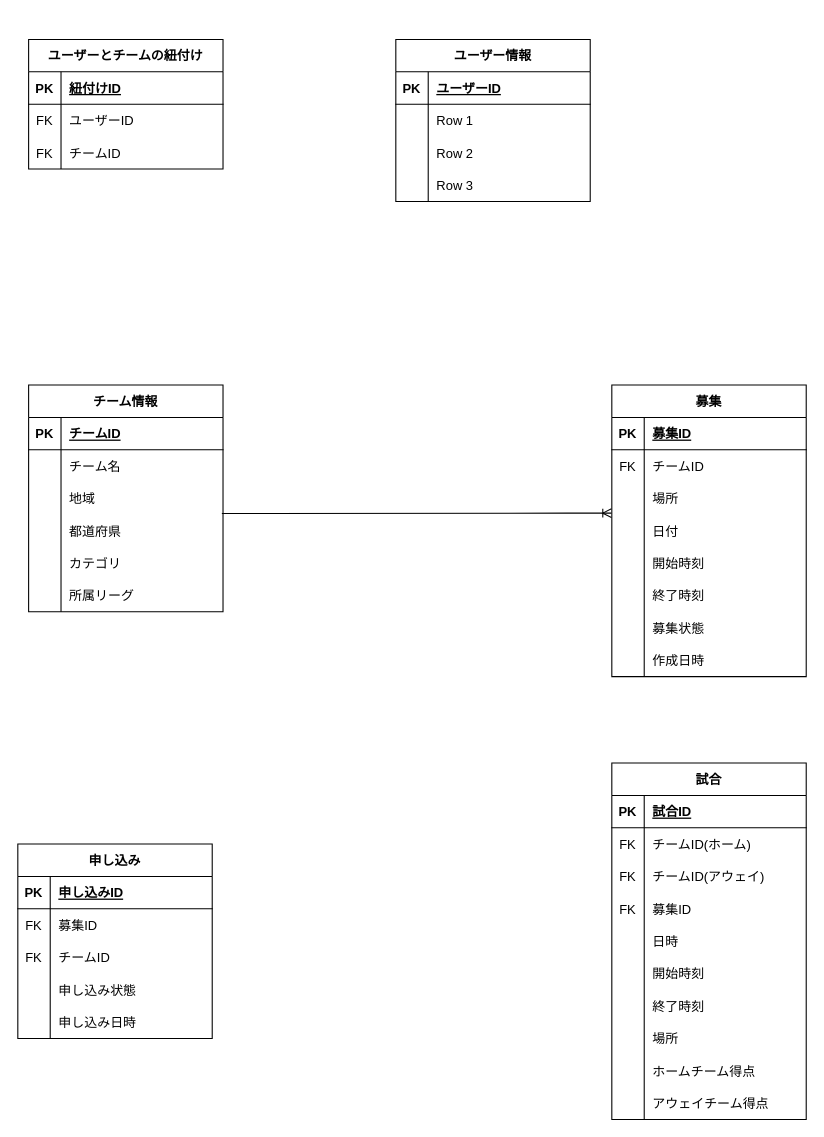
Before: docs/ERD.dio in NagaoTadashi/football-matching-app, a draw.io diagram. Source tidied: cells renumbered, new cells numbered last; positions are measured from the earlier drawing's top-left corner, leaving out a move shared by most shapes. Both pictures are drawn from the tidied source at 108%, with x=0, y=0 at pixel (17, 39).
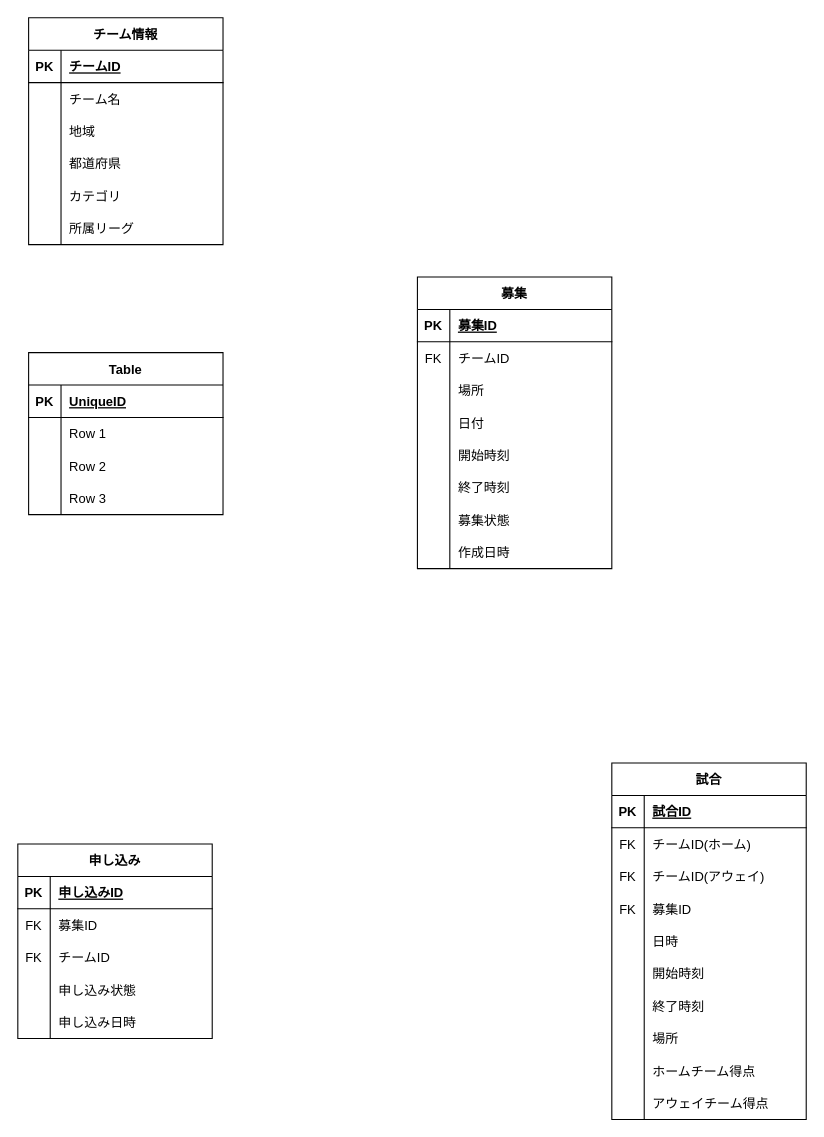
After the change.

Commit message:
内容を更新しました

The change refers to these unchanged cells:
```xml
<mxCell id="12" style="shape=tableRow;horizontal=0;startSize=0;swimlaneHead=0;swimlaneBody=0;fillColor=none;points=[[0,0.5],[1,0.5]];portConstraint=eastwest;top=0;left=0;right=0;bottom=0;" parent="2" vertex="1">
  <mxGeometry y="120" width="180" height="30" as="geometry" />
</mxCell>
<mxCell id="28" style="shape=tableRow;horizontal=0;startSize=0;swimlaneHead=0;swimlaneBody=0;fillColor=none;points=[[0,0.5],[1,0.5]];portConstraint=eastwest;top=0;left=0;right=0;bottom=0;" parent="21" vertex="1">
  <mxGeometry y="90" width="180" height="30" as="geometry" />
</mxCell>
```

Diff of the diagram source:
```diff
@@
     <mxCell id="2" value="チーム情報" style="shape=table;startSize=30;childLayout=tableLayout;rowLines=0;fontStyle=1;align=center;" parent="1" vertex="1">
-      <mxGeometry x="10" y="320" width="180" height="210" as="geometry" />
+      <mxGeometry x="10" y="-20" width="180" height="210" as="geometry" />
     </mxCell>
@@
     <mxCell id="21" value="募集" style="shape=table;startSize=30;childLayout=tableLayout;rowLines=0;fontStyle=1;align=center;" parent="1" vertex="1">
-      <mxGeometry x="550" y="320" width="180" height="270" as="geometry" />
+      <mxGeometry x="370" y="220" width="180" height="270" as="geometry" />
     </mxCell>
@@
-    <mxCell id="93" style="edgeStyle=entityRelationEdgeStyle;fontSize=12;html=1;endArrow=ERoneToMany;entryX=-0.002;entryY=0.954;entryDx=0;entryDy=0;entryPerimeter=0;exitX=0.994;exitY=-0.033;exitDx=0;exitDy=0;exitPerimeter=0;" parent="1" edge="1" source="12" target="28">
-      <mxGeometry relative="1" as="geometry" />
-    </mxCell>
-    <mxCell id="94" value="ユーザー情報" style="shape=table;startSize=30;childLayout=tableLayout;rowLines=0;fontStyle=1;align=center;" parent="1" vertex="1">
-      <mxGeometry x="350" width="180" height="150" as="geometry" />
-    </mxCell>
-    <mxCell id="95" style="shape=tableRow;horizontal=0;startSize=0;swimlaneHead=0;swimlaneBody=0;fillColor=none;top=0;left=0;right=0;bottom=1;" parent="94" vertex="1">
-      <mxGeometry y="30" width="180" height="30" as="geometry" />
-    </mxCell>
-    <mxCell id="96" value="PK" style="shape=partialRectangle;fillColor=none;top=0;left=0;bottom=0;right=0;fontStyle=1;overflow=hidden;" parent="95" vertex="1">
-      <mxGeometry width="30" height="30" as="geometry" />
-    </mxCell>
-    <mxCell id="97" value="ユーザーID" style="shape=partialRectangle;fillColor=none;top=0;left=0;bottom=0;right=0;align=left;spacingLeft=6;fontStyle=5;overflow=hidden;" parent="95" vertex="1">
-      <mxGeometry x="30" width="150" height="30" as="geometry" />
-    </mxCell>
-    <mxCell id="98" style="shape=tableRow;horizontal=0;startSize=0;swimlaneHead=0;swimlaneBody=0;fillColor=none;top=0;left=0;right=0;bottom=0;" parent="94" vertex="1">
-      <mxGeometry y="60" width="180" height="30" as="geometry" />
-    </mxCell>
-    <mxCell id="99" style="shape=partialRectangle;fillColor=none;top=0;left=0;bottom=0;right=0;overflow=hidden;" parent="98" vertex="1">
-      <mxGeometry width="30" height="30" as="geometry" />
-    </mxCell>
+    <mxCell id="116" value="Table" style="shape=table;startSize=30;childLayout=tableLayout;rowLines=0;fontStyle=1;align=center;" parent="1" vertex="1">
+      <mxGeometry x="10" y="290" width="180" height="150" as="geometry" />
+    </mxCell>
+    <mxCell id="117" style="shape=tableRow;horizontal=0;startSize=0;swimlaneHead=0;swimlaneBody=0;fillColor=none;top=0;left=0;right=0;bottom=1;" parent="116" vertex="1">
+      <mxGeometry y="30" width="180" height="30" as="geometry" />
+    </mxCell>
+    <mxCell id="118" value="PK" style="shape=partialRectangle;fillColor=none;top=0;left=0;bottom=0;right=0;fontStyle=1;overflow=hidden;" parent="117" vertex="1">
+      <mxGeometry width="30" height="30" as="geometry" />
+    </mxCell>
+    <mxCell id="119" value="UniqueID" style="shape=partialRectangle;fillColor=none;top=0;left=0;bottom=0;right=0;align=left;spacingLeft=6;fontStyle=5;overflow=hidden;" parent="117" vertex="1">
+      <mxGeometry x="30" width="150" height="30" as="geometry" />
+    </mxCell>
+    <mxCell id="120" style="shape=tableRow;horizontal=0;startSize=0;swimlaneHead=0;swimlaneBody=0;fillColor=none;top=0;left=0;right=0;bottom=0;" parent="116" vertex="1">
+      <mxGeometry y="60" width="180" height="30" as="geometry" />
+    </mxCell>
+    <mxCell id="121" style="shape=partialRectangle;fillColor=none;top=0;left=0;bottom=0;right=0;overflow=hidden;" parent="120" vertex="1">
+      <mxGeometry width="30" height="30" as="geometry" />
+    </mxCell>
-    <mxCell id="100" value="Row 1" style="shape=partialRectangle;fillColor=none;top=0;left=0;bottom=0;right=0;align=left;spacingLeft=6;overflow=hidden;" parent="98" vertex="1">
+    <mxCell id="100" value="Row 1" style="shape=partialRectangle;fillColor=none;top=0;left=0;bottom=0;right=0;align=left;spacingLeft=6;overflow=hidden;" parent="120" vertex="1">
       <mxGeometry x="30" width="150" height="30" as="geometry" />
     </mxCell>
-    <mxCell id="101" style="shape=tableRow;horizontal=0;startSize=0;swimlaneHead=0;swimlaneBody=0;fillColor=none;top=0;left=0;right=0;bottom=0;" parent="94" vertex="1">
-      <mxGeometry y="90" width="180" height="30" as="geometry" />
-    </mxCell>
-    <mxCell id="102" style="shape=partialRectangle;fillColor=none;top=0;left=0;bottom=0;right=0;overflow=hidden;" parent="101" vertex="1">
-      <mxGeometry width="30" height="30" as="geometry" />
-    </mxCell>
+    <mxCell id="122" style="shape=tableRow;horizontal=0;startSize=0;swimlaneHead=0;swimlaneBody=0;fillColor=none;top=0;left=0;right=0;bottom=0;" parent="116" vertex="1">
+      <mxGeometry y="90" width="180" height="30" as="geometry" />
+    </mxCell>
+    <mxCell id="123" style="shape=partialRectangle;fillColor=none;top=0;left=0;bottom=0;right=0;overflow=hidden;" parent="122" vertex="1">
+      <mxGeometry width="30" height="30" as="geometry" />
+    </mxCell>
-    <mxCell id="103" value="Row 2" style="shape=partialRectangle;fillColor=none;top=0;left=0;bottom=0;right=0;align=left;spacingLeft=6;overflow=hidden;" parent="101" vertex="1">
+    <mxCell id="103" value="Row 2" style="shape=partialRectangle;fillColor=none;top=0;left=0;bottom=0;right=0;align=left;spacingLeft=6;overflow=hidden;" parent="122" vertex="1">
       <mxGeometry x="30" width="150" height="30" as="geometry" />
     </mxCell>
-    <mxCell id="104" style="shape=tableRow;horizontal=0;startSize=0;swimlaneHead=0;swimlaneBody=0;fillColor=none;top=0;left=0;right=0;bottom=0;" parent="94" vertex="1">
+    <mxCell id="104" style="shape=tableRow;horizontal=0;startSize=0;swimlaneHead=0;swimlaneBody=0;fillColor=none;top=0;left=0;right=0;bottom=0;" parent="116" vertex="1">
       <mxGeometry y="120" width="180" height="30" as="geometry" />
     </mxCell>
-    <mxCell id="105" style="shape=partialRectangle;fillColor=none;top=0;left=0;bottom=0;right=0;overflow=hidden;" parent="104" vertex="1">
-      <mxGeometry width="30" height="30" as="geometry" />
-    </mxCell>
+    <mxCell id="124" style="shape=partialRectangle;fillColor=none;top=0;left=0;bottom=0;right=0;overflow=hidden;" parent="104" vertex="1">
+      <mxGeometry width="30" height="30" as="geometry" />
+    </mxCell>
@@
-    <mxCell id="107" value="ユーザーとチームの紐付け" style="shape=table;startSize=30;childLayout=tableLayout;rowLines=0;fontStyle=1;align=center;" parent="1" vertex="1">
-      <mxGeometry x="10" width="180" height="120" as="geometry" />
-    </mxCell>
-    <mxCell id="108" style="shape=tableRow;horizontal=0;startSize=0;swimlaneHead=0;swimlaneBody=0;fillColor=none;top=0;left=0;right=0;bottom=1;" parent="107" vertex="1">
-      <mxGeometry y="30" width="180" height="30" as="geometry" />
-    </mxCell>
-    <mxCell id="109" value="PK" style="shape=partialRectangle;fillColor=none;top=0;left=0;bottom=0;right=0;fontStyle=1;overflow=hidden;" parent="108" vertex="1">
-      <mxGeometry width="30" height="30" as="geometry" />
-    </mxCell>
-    <mxCell id="110" value="紐付けID" style="shape=partialRectangle;fillColor=none;top=0;left=0;bottom=0;right=0;align=left;spacingLeft=6;fontStyle=5;overflow=hidden;" parent="108" vertex="1">
-      <mxGeometry x="30" width="150" height="30" as="geometry" />
-    </mxCell>
-    <mxCell id="111" style="shape=tableRow;horizontal=0;startSize=0;swimlaneHead=0;swimlaneBody=0;fillColor=none;top=0;left=0;right=0;bottom=0;" parent="107" vertex="1">
-      <mxGeometry y="60" width="180" height="30" as="geometry" />
-    </mxCell>
-    <mxCell id="112" value="FK" style="shape=partialRectangle;fillColor=none;top=0;left=0;bottom=0;right=0;overflow=hidden;" parent="111" vertex="1">
-      <mxGeometry width="30" height="30" as="geometry" />
-    </mxCell>
-    <mxCell id="113" value="ユーザーID" style="shape=partialRectangle;fillColor=none;top=0;left=0;bottom=0;right=0;align=left;spacingLeft=6;overflow=hidden;" parent="111" vertex="1">
-      <mxGeometry x="30" width="150" height="30" as="geometry" />
-    </mxCell>
-    <mxCell id="114" style="shape=tableRow;horizontal=0;startSize=0;swimlaneHead=0;swimlaneBody=0;fillColor=none;top=0;left=0;right=0;bottom=0;" parent="107" vertex="1">
-      <mxGeometry y="90" width="180" height="30" as="geometry" />
-    </mxCell>
-    <mxCell id="115" value="FK" style="shape=partialRectangle;fillColor=none;top=0;left=0;bottom=0;right=0;overflow=hidden;" parent="114" vertex="1">
-      <mxGeometry width="30" height="30" as="geometry" />
-    </mxCell>
-    <mxCell id="116" value="チームID" style="shape=partialRectangle;fillColor=none;top=0;left=0;bottom=0;right=0;align=left;spacingLeft=6;overflow=hidden;" parent="114" vertex="1">
-      <mxGeometry x="30" width="150" height="30" as="geometry" />
-    </mxCell>
```
